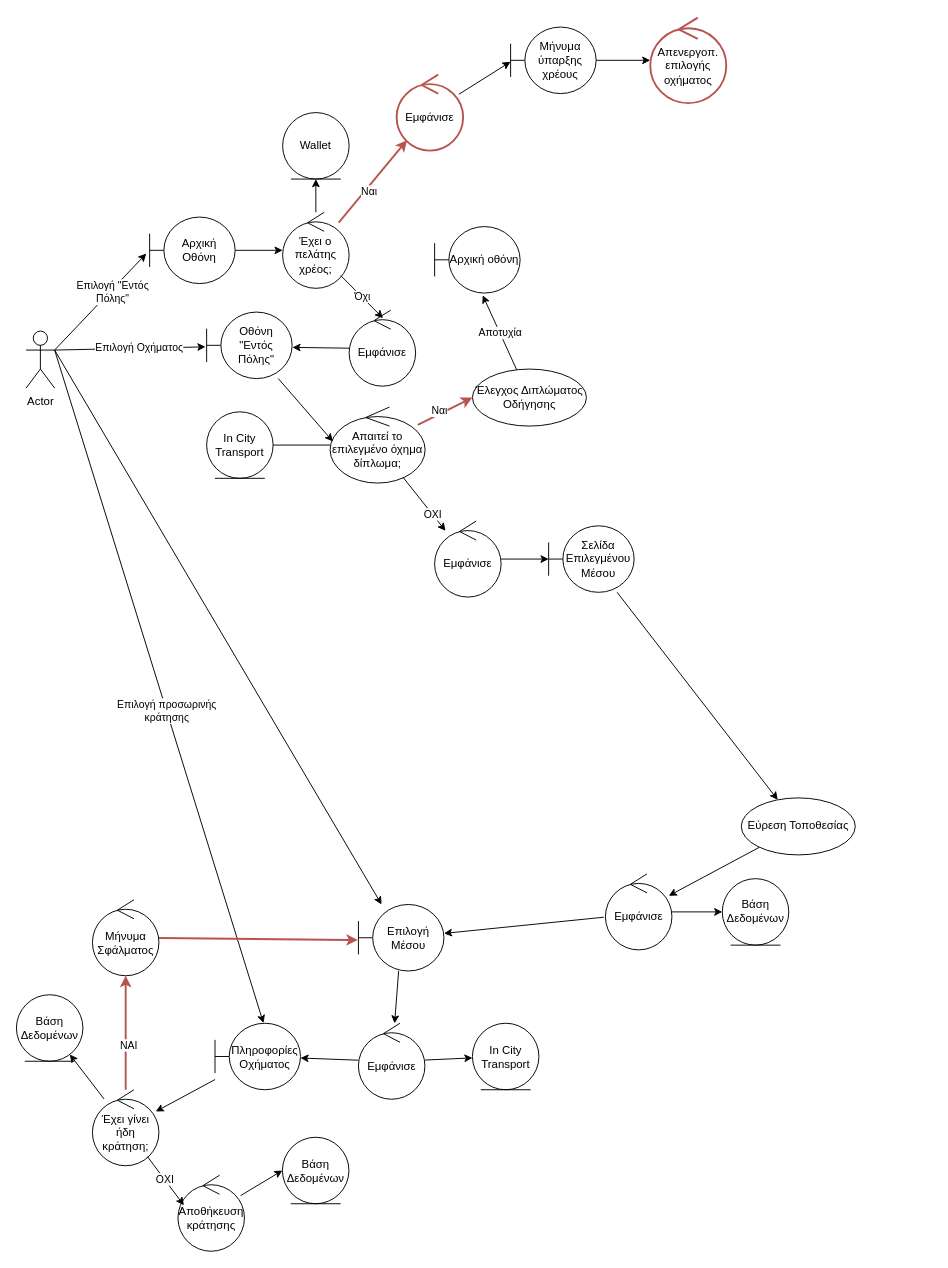
Earlier version of the draw.io diagram Part_2/Robustness/diagrams/01_Επιλογή_Μέσου_Μετακίνησης.drawio (Nikolis2002/texnoligia_logismikou). Source tidied: cells renumbered, new cells numbered last; positions are measured from the earlier drawing's top-left corner, leaving out a move shared by most shapes. Both pictures are drawn from the tidied source at 95%, with x=0, y=0 at pixel (16, 17).
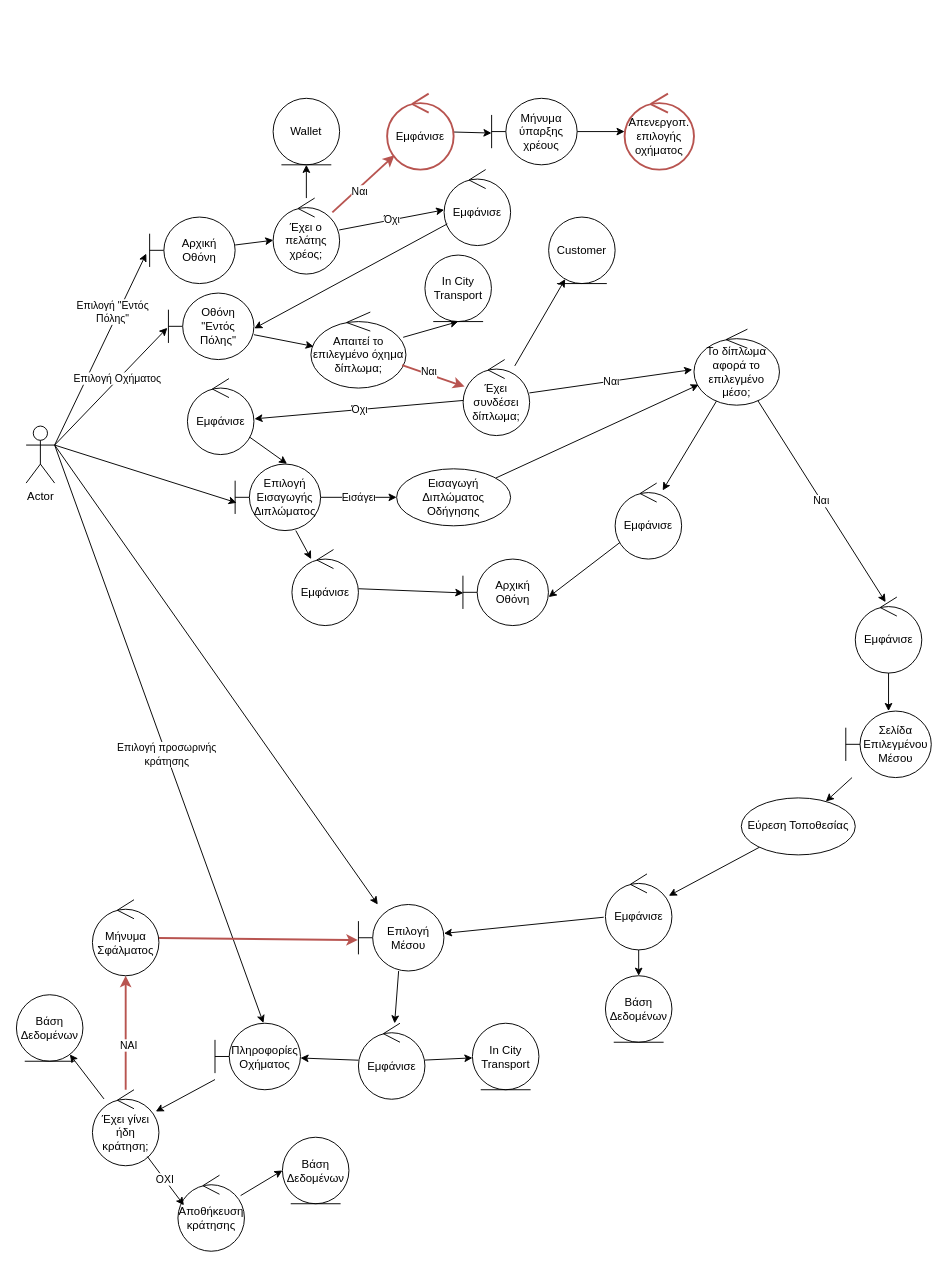
The same page after the edit.

Commit message:
Hey Clover check out my NEW ROBUSTNESS

The change refers to these unchanged cells:
```xml
<mxCell id="2" style="rounded=0;jettySize=auto;html=1;exitX=1;exitY=0.3333333333333333;exitDx=0;exitDy=0;exitPerimeter=0;entryX=-0.039;entryY=0.549;entryDx=0;entryDy=0;entryPerimeter=0;" parent="1" edge="1" source="5" target="7">
  <mxGeometry relative="1" as="geometry" />
</mxCell>
```

The edit, as a diff of the source:
```diff
@@
     <mxCell id="3" value="Επιλογή &quot;Εντός&lt;div&gt;Πόλης&quot;&lt;br&gt;&lt;/div&gt;" style="edgeLabel;html=1;align=center;verticalAlign=middle;" parent="2" vertex="1">
       <mxGeometry x="-0.4" relative="1" as="geometry">
-        <mxPoint x="32" y="-31" as="offset" />
+        <mxPoint x="32" y="-80" as="offset" />
       </mxGeometry>
     </mxCell>
@@
+    <mxCell id="67" style="edgeStyle=none;html=1;exitX=1;exitY=0.3333333333333333;exitDx=0;exitDy=0;exitPerimeter=0;entryX=0.018;entryY=0.582;entryDx=0;entryDy=0;entryPerimeter=0;" parent="1" edge="1" source="5" target="79">
+      <mxGeometry relative="1" as="geometry" />
+    </mxCell>
     <mxCell id="5" value="Actor" style="shape=umlActor;verticalLabelPosition=bottom;verticalAlign=top;html=1;" parent="1" vertex="1">
-      <mxGeometry x="10" y="330" width="30" height="60" as="geometry" />
+      <mxGeometry x="10" y="430" width="30" height="60" as="geometry" />
     </mxCell>
@@
     <mxCell id="8" value="Απενεργοπ. επιλογής οχήματος" style="ellipse;shape=umlControl;whiteSpace=wrap;html=1;fillColor=default;strokeColor=#b85450;strokeWidth=2;" parent="1" vertex="1">
-      <mxGeometry x="667" width="80" height="90" as="geometry" />
+      <mxGeometry x="640" y="80" width="73" height="80" as="geometry" />
     </mxCell>
@@
     <mxCell id="12" value="Έχει ο πελάτης χρέος;" style="ellipse;shape=umlControl;whiteSpace=wrap;html=1;" parent="1" vertex="1">
-      <mxGeometry x="280" y="205" width="70" height="80" as="geometry" />
+      <mxGeometry x="270" y="190" width="70" height="80" as="geometry" />
     </mxCell>
@@
     <mxCell id="14" value="Εμφάνισε" style="ellipse;shape=umlControl;whiteSpace=wrap;html=1;fillColor=default;strokeColor=#b85450;strokeWidth=2;" parent="1" vertex="1">
-      <mxGeometry x="400" y="60" width="70" height="80" as="geometry" />
+      <mxGeometry x="390" y="80" width="70" height="80" as="geometry" />
     </mxCell>
     <mxCell id="15" value="Εμφάνισε" style="ellipse;shape=umlControl;whiteSpace=wrap;html=1;" parent="1" vertex="1">
-      <mxGeometry x="350" y="308" width="70" height="80" as="geometry" />
+      <mxGeometry x="450" y="160" width="70" height="80" as="geometry" />
     </mxCell>
-    <mxCell id="16" value="Όχι" style="edgeStyle=none;rounded=0;jettySize=auto;html=1;entryX=0.509;entryY=0.105;entryDx=0;entryDy=0;entryPerimeter=0;" parent="1" edge="1" source="12" target="15">
+    <mxCell id="16" value="Όχι" style="edgeStyle=none;rounded=0;jettySize=auto;html=1;entryX=0;entryY=0.53;entryDx=0;entryDy=0;entryPerimeter=0;" parent="1" edge="1" source="12" target="15">
       <mxGeometry relative="1" as="geometry" />
     </mxCell>
     <mxCell id="17" value="Οθόνη &quot;Εντός Πόλης&quot;" style="shape=umlBoundary;whiteSpace=wrap;html=1;" parent="1" vertex="1">
-      <mxGeometry x="200" y="310" width="90" height="70" as="geometry" />
+      <mxGeometry x="159.8" y="290" width="90" height="70" as="geometry" />
     </mxCell>
@@
     <mxCell id="24" value="Εμφάνισε" style="ellipse;shape=umlControl;whiteSpace=wrap;html=1;" parent="1" vertex="1">
-      <mxGeometry x="440" y="530" width="70" height="80" as="geometry" />
+      <mxGeometry x="882.8" y="610" width="70" height="80" as="geometry" />
     </mxCell>
@@
     <mxCell id="26" value="Σελίδα Επιλεγμένου Μέσου" style="shape=umlBoundary;whiteSpace=wrap;html=1;" parent="1" vertex="1">
-      <mxGeometry x="560" y="535" width="90" height="70" as="geometry" />
+      <mxGeometry x="872.8" y="730" width="90" height="70" as="geometry" />
     </mxCell>
@@
     <mxCell id="30" value="Βάση Δεδομένων" style="ellipse;shape=umlEntity;whiteSpace=wrap;html=1;" parent="1" vertex="1">
-      <mxGeometry x="742.8" y="906.4" width="70" height="70" as="geometry" />
+      <mxGeometry x="619.8" y="1008.6" width="70" height="70" as="geometry" />
     </mxCell>
@@
-    <mxCell id="51" style="edgeStyle=none;rounded=0;jettySize=auto;html=1;entryX=0;entryY=0.5;entryDx=0;entryDy=0;" parent="1" edge="1" source="52" target="53">
+    <mxCell id="51" style="edgeStyle=none;rounded=0;jettySize=auto;html=1;entryX=0.5;entryY=1;entryDx=0;entryDy=0;" parent="1" edge="1" source="52" target="53">
       <mxGeometry relative="1" as="geometry" />
     </mxCell>
     <mxCell id="52" value="Απαιτεί το επιλεγμένο όχημα δίπλωμα;" style="ellipse;shape=umlControl;whiteSpace=wrap;html=1;" parent="1" vertex="1">
-      <mxGeometry x="330" y="410" width="100" height="80" as="geometry" />
+      <mxGeometry x="309.8" y="310" width="100" height="80" as="geometry" />
     </mxCell>
     <mxCell id="53" value="In City Transport" style="ellipse;shape=umlEntity;whiteSpace=wrap;html=1;" parent="1" vertex="1">
-      <mxGeometry x="200" y="415" width="70" height="70" as="geometry" />
+      <mxGeometry x="429.8" y="250" width="70" height="70" as="geometry" />
     </mxCell>
@@
-    <mxCell id="55" style="edgeStyle=none;rounded=0;jettySize=auto;html=1;" parent="1" edge="1" source="52" target="24">
-      <mxGeometry relative="1" as="geometry" />
-    </mxCell>
-    <mxCell id="56" value="ΟΧΙ" style="edgeLabel;html=1;align=center;verticalAlign=middle;" parent="55" vertex="1">
-      <mxGeometry x="0.4" relative="1" as="geometry" />
-    </mxCell>
-    <mxCell id="57" style="edgeStyle=none;rounded=0;jettySize=auto;html=1;entryX=0;entryY=0.5;entryDx=0;entryDy=0;fillColor=#f8cecc;strokeColor=#b85450;strokeWidth=2;" parent="1" edge="1" source="52" target="65">
+    <mxCell id="57" style="edgeStyle=none;rounded=0;jettySize=auto;html=1;fillColor=#f8cecc;strokeColor=#b85450;strokeWidth=2;" parent="1" edge="1" source="52" target="64">
       <mxGeometry relative="1" as="geometry" />
     </mxCell>
@@
     <mxCell id="61" value="Wallet" style="ellipse;shape=umlEntity;whiteSpace=wrap;html=1;" parent="1" vertex="1">
-      <mxGeometry x="280" y="100" width="70" height="70" as="geometry" />
+      <mxGeometry x="270" y="85" width="70" height="70" as="geometry" />
     </mxCell>
@@
     <mxCell id="63" value="Μήνυμα ύπαρξης χρέους" style="shape=umlBoundary;whiteSpace=wrap;html=1;" parent="1" vertex="1">
-      <mxGeometry x="520" y="10" width="90" height="70" as="geometry" />
+      <mxGeometry x="500" y="85" width="90" height="70" as="geometry" />
     </mxCell>
+    <mxCell id="68" style="edgeStyle=none;html=1;" parent="1" edge="1" source="64" target="71">
+      <mxGeometry relative="1" as="geometry" />
+    </mxCell>
+    <mxCell id="69" value="Ναι" style="edgeStyle=none;html=1;entryX=-0.02;entryY=0.532;entryDx=0;entryDy=0;entryPerimeter=0;" parent="1" edge="1" source="64" target="74">
+      <mxGeometry relative="1" as="geometry" />
+    </mxCell>
+    <mxCell id="70" value="Όχι" style="edgeStyle=none;html=1;entryX=1.008;entryY=0.53;entryDx=0;entryDy=0;entryPerimeter=0;" parent="1" edge="1" source="64" target="76">
+      <mxGeometry relative="1" as="geometry" />
+    </mxCell>
-    <mxCell id="64" value="Αποτυχία" style="edgeStyle=none;html=1;entryX=0.562;entryY=1.033;entryDx=0;entryDy=0;entryPerimeter=0;" parent="1" edge="1" source="65" target="66">
-      <mxGeometry relative="1" as="geometry" />
+    <mxCell id="64" value="Έχει συνδέσει δίπλωμα;" style="ellipse;shape=umlControl;whiteSpace=wrap;html=1;" parent="1" vertex="1">
+      <mxGeometry x="470" y="360" width="70" height="80" as="geometry" />
     </mxCell>
-    <mxCell id="65" value="Έλεγχος Διπλώματος Οδήγησης" style="ellipse;whiteSpace=wrap;html=1;" parent="1" vertex="1">
-      <mxGeometry x="479.8" y="370" width="120" height="60" as="geometry" />
-    </mxCell>
-    <mxCell id="66" value="Αρχική οθόνη" style="shape=umlBoundary;whiteSpace=wrap;html=1;" parent="1" vertex="1">
-      <mxGeometry x="440" y="220" width="90" height="70" as="geometry" />
-    </mxCell>
+    <mxCell id="71" value="Customer" style="ellipse;shape=umlEntity;whiteSpace=wrap;html=1;" parent="1" vertex="1">
+      <mxGeometry x="560" y="210" width="70" height="70" as="geometry" />
+    </mxCell>
+    <mxCell id="72" value="Ναι" style="edgeStyle=none;html=1;entryX=0.456;entryY=0.067;entryDx=0;entryDy=0;entryPerimeter=0;" parent="1" edge="1" source="74" target="24">
+      <mxGeometry relative="1" as="geometry" />
+    </mxCell>
+    <mxCell id="73" style="edgeStyle=none;html=1;entryX=0.715;entryY=0.097;entryDx=0;entryDy=0;entryPerimeter=0;" parent="1" edge="1" source="74" target="86">
+      <mxGeometry relative="1" as="geometry" />
+    </mxCell>
+    <mxCell id="74" value="Το δίπλωμα αφορά το επιλεγμένο μέσο;" style="ellipse;shape=umlControl;whiteSpace=wrap;html=1;" parent="1" vertex="1">
+      <mxGeometry x="713" y="328" width="90" height="80" as="geometry" />
+    </mxCell>
+    <mxCell id="75" style="edgeStyle=none;html=1;entryX=0.607;entryY=-0.004;entryDx=0;entryDy=0;entryPerimeter=0;" parent="1" edge="1" source="76" target="79">
+      <mxGeometry relative="1" as="geometry" />
+    </mxCell>
+    <mxCell id="76" value="Εμφάνισε" style="ellipse;shape=umlControl;whiteSpace=wrap;html=1;" parent="1" vertex="1">
+      <mxGeometry x="179.8" y="380" width="70" height="80" as="geometry" />
+    </mxCell>
+    <mxCell id="77" value="Εισάγει" style="edgeStyle=none;html=1;" parent="1" edge="1" source="79" target="81">
+      <mxGeometry relative="1" as="geometry" />
+    </mxCell>
+    <mxCell id="78" style="edgeStyle=none;html=1;entryX=0.289;entryY=0.125;entryDx=0;entryDy=0;entryPerimeter=0;" parent="1" edge="1" source="79" target="83">
+      <mxGeometry relative="1" as="geometry" />
+    </mxCell>
+    <mxCell id="79" value="Επιλογή Εισαγωγής Διπλώματος" style="shape=umlBoundary;whiteSpace=wrap;html=1;" parent="1" vertex="1">
+      <mxGeometry x="230" y="470" width="90" height="70" as="geometry" />
+    </mxCell>
+    <mxCell id="80" style="edgeStyle=none;html=1;" parent="1" edge="1" source="81" target="74">
+      <mxGeometry relative="1" as="geometry" />
+    </mxCell>
+    <mxCell id="81" value="Εισαγωγή Διπλώματος Οδήγησης" style="ellipse;whiteSpace=wrap;html=1;" parent="1" vertex="1">
+      <mxGeometry x="400" y="475" width="120" height="60" as="geometry" />
+    </mxCell>
+    <mxCell id="82" style="edgeStyle=none;html=1;entryX=0.005;entryY=0.509;entryDx=0;entryDy=0;entryPerimeter=0;" parent="1" edge="1" source="83" target="84">
+      <mxGeometry relative="1" as="geometry" />
+    </mxCell>
+    <mxCell id="83" value="Εμφάνισε" style="ellipse;shape=umlControl;whiteSpace=wrap;html=1;" parent="1" vertex="1">
+      <mxGeometry x="289.8" y="560" width="70" height="80" as="geometry" />
+    </mxCell>
+    <mxCell id="84" value="Αρχική Οθόνη" style="shape=umlBoundary;whiteSpace=wrap;html=1;" parent="1" vertex="1">
+      <mxGeometry x="469.8" y="570" width="90" height="70" as="geometry" />
+    </mxCell>
+    <mxCell id="85" style="edgeStyle=none;html=1;entryX=1.002;entryY=0.571;entryDx=0;entryDy=0;entryPerimeter=0;" parent="1" edge="1" source="86" target="84">
+      <mxGeometry relative="1" as="geometry" />
+    </mxCell>
+    <mxCell id="86" value="Εμφάνισε" style="ellipse;shape=umlControl;whiteSpace=wrap;html=1;" parent="1" vertex="1">
+      <mxGeometry x="630" y="490" width="70" height="80" as="geometry" />
+    </mxCell>
```
